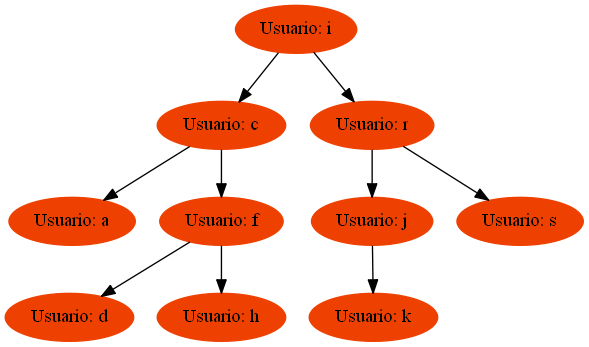
This is [EDD]Proyecto1_201603127/Arbol_AVL.png from Cascarus/-EDD-Proyecto1_201603127, a Graphviz export, as it was before one commit. Its source is kept beside it as [EDD]Proyecto1_201603127/Arbol_AVL.dot. Its diagram source:
```dot
digraph g{
	node [style=filled,color=orangered2];
	Node728276->Node4266587;
	Node728276->Node6320501;
	Node4266587->Node663410;
	Node4266587->Node1877766;

 	Node663410[label = "Usuario: a"]
	Node1877766->Node8520206;
	Node1877766->Node5132450;

 	Node8520206[label = "Usuario: d"]

 	Node5132450[label = "Usuario: h"]

 	Node1877766[label = "Usuario: f"]

 	Node4266587[label = "Usuario: c"]
	Node6320501->Node5166233;
	Node6320501->Node1551637;
	Node5166233->Node8614026;

 	Node8614026[label = "Usuario: k"]

 	Node5166233[label = "Usuario: j"]

 	Node1551637[label = "Usuario: s"]

 	Node6320501[label = "Usuario: r"]

 	Node728276[label = "Usuario: i"]
}
```
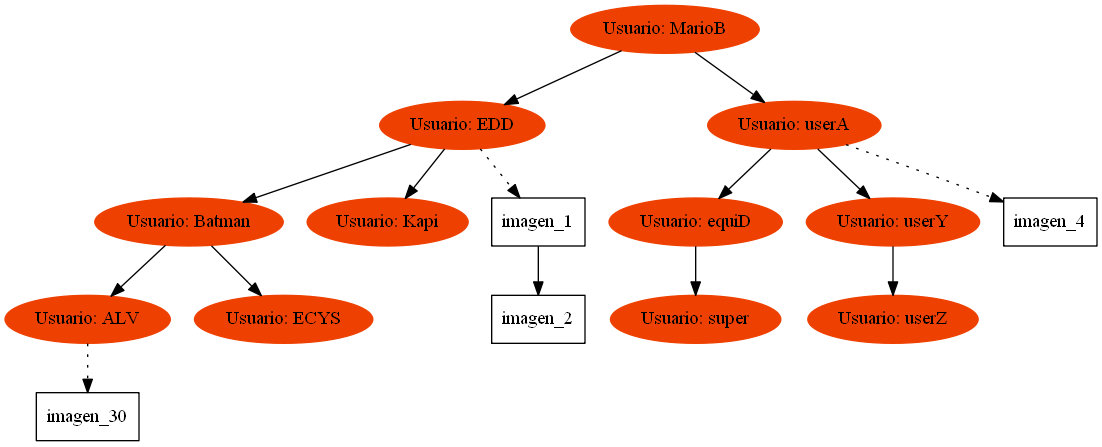
After the commit.

Commit message:
Todas las estructuras ya estan anidadas y funciona bien el metodo de graficar logica y generar imagen

Diff of the diagram source:
```diff
@@ -1,32 +1,46 @@
 digraph g{
-	node [style=filled,color=orangered2];
-	Node728276->Node4266587;
-	Node728276->Node6320501;
-	Node4266587->Node663410;
-	Node4266587->Node1877766;
+	Node4718503->Node5356557;
+	Node4718503->Node7246478;
+	Node5356557->Node828263;
+	Node5356557->Node8486857;
+	Node5356557->Node1[style=dotted];
+	Node1->Node2;
 
- 	Node663410[label = "Usuario: a"]
-	Node1877766->Node8520206;
-	Node1877766->Node5132450;
+ 	Node1[shape=record,width=.9,height=.5,label = "imagen_1"]
 
- 	Node8520206[label = "Usuario: d"]
+ 	Node2[shape=record,width=.9,height=.5,label = "imagen_2"]
+	Node828263->Node3781122;
+	Node828263->Node1632638;
+	Node3781122->Node30[style=dotted];
 
- 	Node5132450[label = "Usuario: h"]
+ 	Node30[shape=record,width=.9,height=.5,label = "imagen_30"]
 
- 	Node1877766[label = "Usuario: f"]
+ 	Node3781122[style=filled,color=orangered2,label = "Usuario: ALV"]
 
- 	Node4266587[label = "Usuario: c"]
-	Node6320501->Node5166233;
-	Node6320501->Node1551637;
-	Node5166233->Node8614026;
+ 	Node1632638[style=filled,color=orangered2,label = "Usuario: ECYS"]
 
- 	Node8614026[label = "Usuario: k"]
+ 	Node828263[style=filled,color=orangered2,label = "Usuario: Batman"]
 
- 	Node5166233[label = "Usuario: j"]
+ 	Node8486857[style=filled,color=orangered2,label = "Usuario: Kapi"]
 
- 	Node1551637[label = "Usuario: s"]
+ 	Node5356557[style=filled,color=orangered2,label = "Usuario: EDD"]
+	Node7246478->Node7778244;
+	Node7246478->Node6277155;
+	Node7246478->Node4[style=dotted];
 
- 	Node6320501[label = "Usuario: r"]
+ 	Node4[shape=record,width=.9,height=.5,label = "imagen_4"]
+	Node7778244->Node6722320;
 
- 	Node728276[label = "Usuario: i"]
+ 	Node6722320[style=filled,color=orangered2,label = "Usuario: super"]
+
+ 	Node7778244[style=filled,color=orangered2,label = "Usuario: equiD"]
+	Node6277155->Node4072473;
+
+ 	Node4072473[style=filled,color=orangered2,label = "Usuario: userZ"]
+
+ 	Node6277155[style=filled,color=orangered2,label = "Usuario: userY"]
+
+ 	Node7246478[style=filled,color=orangered2,label = "Usuario: userA"]
+
+ 	Node4718503[style=filled,color=orangered2,label = "Usuario: MarioB"]
 }
```
